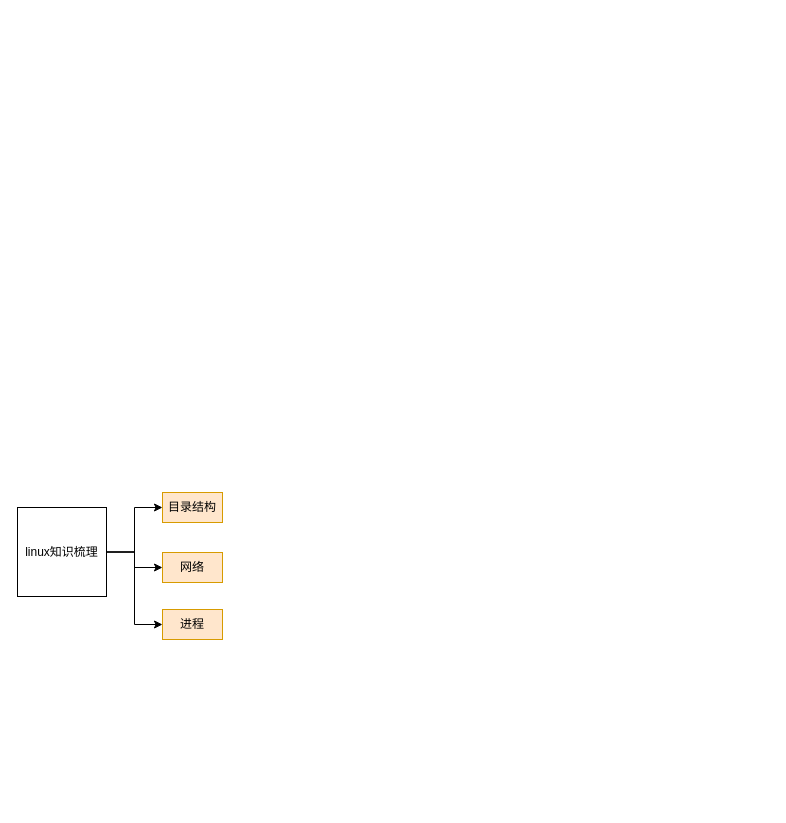
Earlier version of the draw.io diagram linux/linux.drawio (kangkangbs/draw). Source tidied: cells renumbered, new cells numbered last; positions are measured from the earlier drawing's top-left corner, leaving out a move shared by most shapes. Both pictures are drawn from the tidied source at 100%, with x=0, y=0 at pixel (17, 492).
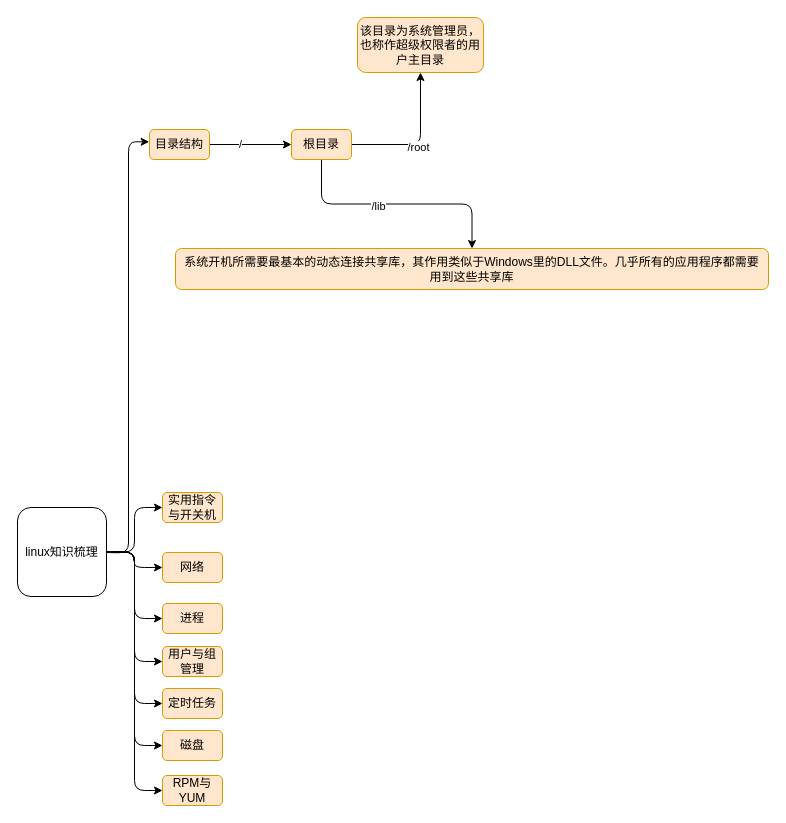
The same diagram, later.

The edit, as a diff of the source:
```diff
@@
-    <mxCell id="2" style="edgeStyle=orthogonalEdgeStyle;rounded=0;jettySize=auto;html=1;" parent="1" edge="1" source="5" target="6">
+    <mxCell id="2" style="edgeStyle=orthogonalEdgeStyle;rounded=1;jettySize=auto;html=1;" parent="1" edge="1" source="5" target="6">
       <mxGeometry relative="1" as="geometry" />
     </mxCell>
-    <mxCell id="3" style="edgeStyle=orthogonalEdgeStyle;rounded=0;jettySize=auto;html=1;" parent="1" edge="1" source="5" target="7">
+    <mxCell id="3" style="edgeStyle=orthogonalEdgeStyle;rounded=1;jettySize=auto;html=1;" parent="1" edge="1" source="5" target="7">
       <mxGeometry relative="1" as="geometry" />
     </mxCell>
-    <mxCell id="4" style="edgeStyle=orthogonalEdgeStyle;rounded=0;jettySize=auto;html=1;entryX=0;entryY=0.5;entryDx=0;entryDy=0;" parent="1" edge="1" source="5" target="8">
+    <mxCell id="4" style="edgeStyle=orthogonalEdgeStyle;rounded=1;jettySize=auto;html=1;entryX=0;entryY=0.5;entryDx=0;entryDy=0;" parent="1" edge="1" source="5" target="8">
       <mxGeometry relative="1" as="geometry" />
     </mxCell>
+    <mxCell id="9" style="edgeStyle=orthogonalEdgeStyle;rounded=1;jettySize=auto;html=1;entryX=0;entryY=0.5;entryDx=0;entryDy=0;" parent="1" edge="1" source="5" target="13">
+      <mxGeometry relative="1" as="geometry" />
+    </mxCell>
+    <mxCell id="10" style="edgeStyle=orthogonalEdgeStyle;rounded=1;jettySize=auto;html=1;entryX=0;entryY=0.5;entryDx=0;entryDy=0;" parent="1" edge="1" source="5" target="14">
+      <mxGeometry relative="1" as="geometry" />
+    </mxCell>
+    <mxCell id="11" style="edgeStyle=orthogonalEdgeStyle;rounded=1;jettySize=auto;html=1;entryX=0;entryY=0.5;entryDx=0;entryDy=0;" parent="1" edge="1" source="5" target="15">
+      <mxGeometry relative="1" as="geometry" />
+    </mxCell>
+    <mxCell id="12" style="edgeStyle=orthogonalEdgeStyle;rounded=1;jettySize=auto;html=1;entryX=0;entryY=0.5;entryDx=0;entryDy=0;" parent="1" edge="1" source="5" target="20">
+      <mxGeometry relative="1" as="geometry" />
+    </mxCell>
-    <mxCell id="5" value="linux知识梳理" style="whiteSpace=wrap;html=1;" parent="1" vertex="1">
+    <mxCell id="5" value="linux知识梳理" style="whiteSpace=wrap;html=1;rounded=1;" parent="1" vertex="1">
       <mxGeometry y="15" width="89" height="89" as="geometry" />
     </mxCell>
-    <mxCell id="6" value="目录结构" style="text;html=1;align=center;verticalAlign=middle;whiteSpace=wrap;rounded=0;fillColor=#ffe6cc;strokeColor=#d79b00;" parent="1" vertex="1">
+    <mxCell id="6" value="实用指令与开关机" style="text;html=1;align=center;verticalAlign=middle;whiteSpace=wrap;rounded=1;fillColor=#ffe6cc;strokeColor=#d79b00;" parent="1" vertex="1">
       <mxGeometry x="145" width="60" height="30" as="geometry" />
     </mxCell>
-    <mxCell id="7" value="网络" style="text;html=1;align=center;verticalAlign=middle;whiteSpace=wrap;rounded=0;fillColor=#ffe6cc;strokeColor=#d79b00;" parent="1" vertex="1">
+    <mxCell id="7" value="网络" style="text;html=1;align=center;verticalAlign=middle;whiteSpace=wrap;rounded=1;fillColor=#ffe6cc;strokeColor=#d79b00;" parent="1" vertex="1">
       <mxGeometry x="145" y="60" width="60" height="30" as="geometry" />
     </mxCell>
-    <mxCell id="8" value="进程" style="text;html=1;align=center;verticalAlign=middle;whiteSpace=wrap;rounded=0;fillColor=#ffe6cc;strokeColor=#d79b00;" parent="1" vertex="1">
-      <mxGeometry x="145" y="117" width="60" height="30" as="geometry" />
+    <mxCell id="8" value="进程" style="text;html=1;align=center;verticalAlign=middle;whiteSpace=wrap;rounded=1;fillColor=#ffe6cc;strokeColor=#d79b00;" parent="1" vertex="1">
+      <mxGeometry x="145" y="111" width="60" height="30" as="geometry" />
     </mxCell>
+    <mxCell id="13" value="用户与组管理" style="text;html=1;align=center;verticalAlign=middle;whiteSpace=wrap;rounded=1;fillColor=#ffe6cc;strokeColor=#d79b00;" parent="1" vertex="1">
+      <mxGeometry x="145" y="154" width="60" height="30" as="geometry" />
+    </mxCell>
+    <mxCell id="14" value="定时任务" style="text;html=1;align=center;verticalAlign=middle;whiteSpace=wrap;rounded=1;fillColor=#ffe6cc;strokeColor=#d79b00;" parent="1" vertex="1">
+      <mxGeometry x="145" y="196" width="60" height="30" as="geometry" />
+    </mxCell>
+    <mxCell id="15" value="磁盘" style="text;html=1;align=center;verticalAlign=middle;whiteSpace=wrap;rounded=1;fillColor=#ffe6cc;strokeColor=#d79b00;" parent="1" vertex="1">
+      <mxGeometry x="145" y="238" width="60" height="30" as="geometry" />
+    </mxCell>
+    <mxCell id="16" style="edgeStyle=orthogonalEdgeStyle;rounded=1;jettySize=auto;html=1;" parent="1" edge="1" source="18" target="25">
+      <mxGeometry relative="1" as="geometry" />
+    </mxCell>
+    <mxCell id="17" value="/" style="edgeLabel;html=1;align=center;verticalAlign=middle;rounded=1;" parent="16" vertex="1">
+      <mxGeometry x="-0.26" y="1" relative="1" as="geometry" />
+    </mxCell>
+    <mxCell id="18" value="目录结构" style="text;html=1;align=center;verticalAlign=middle;whiteSpace=wrap;rounded=1;fillColor=#ffe6cc;strokeColor=#d79b00;" parent="1" vertex="1">
+      <mxGeometry x="132" y="-363" width="60" height="30" as="geometry" />
+    </mxCell>
+    <mxCell id="19" style="edgeStyle=orthogonalEdgeStyle;rounded=1;jettySize=auto;html=1;entryX=-0.005;entryY=0.41;entryDx=0;entryDy=0;entryPerimeter=0;" parent="1" edge="1" target="18">
+      <mxGeometry relative="1" as="geometry">
+        <mxPoint x="89" y="60" as="sourcePoint" />
+      </mxGeometry>
+    </mxCell>
+    <mxCell id="20" value="RPM与YUM" style="text;html=1;align=center;verticalAlign=middle;whiteSpace=wrap;rounded=1;fillColor=#ffe6cc;strokeColor=#d79b00;" parent="1" vertex="1">
+      <mxGeometry x="145" y="283" width="60" height="30" as="geometry" />
+    </mxCell>
+    <mxCell id="21" style="edgeStyle=orthogonalEdgeStyle;rounded=1;jettySize=auto;html=1;" parent="1" edge="1" source="25" target="26">
+      <mxGeometry relative="1" as="geometry" />
+    </mxCell>
+    <mxCell id="22" value="/root" style="edgeLabel;html=1;align=center;verticalAlign=middle;rounded=1;" parent="21" vertex="1">
+      <mxGeometry x="-0.07" y="-2" relative="1" as="geometry" />
+    </mxCell>
+    <mxCell id="23" style="edgeStyle=orthogonalEdgeStyle;rounded=1;jettySize=auto;html=1;" parent="1" edge="1" source="25" target="27">
+      <mxGeometry relative="1" as="geometry" />
+    </mxCell>
+    <mxCell id="24" value="/lib" style="edgeLabel;html=1;align=center;verticalAlign=middle;rounded=1;" parent="23" vertex="1">
+      <mxGeometry x="-0.16" y="-2" relative="1" as="geometry" />
+    </mxCell>
+    <mxCell id="25" value="根目录" style="text;html=1;align=center;verticalAlign=middle;whiteSpace=wrap;rounded=1;fillColor=#ffe6cc;strokeColor=#d79b00;" parent="1" vertex="1">
+      <mxGeometry x="274" y="-363" width="60" height="30" as="geometry" />
+    </mxCell>
+    <mxCell id="26" value="该目录为系统管理员，也称作超级权限者的用户主目录" style="text;html=1;align=center;verticalAlign=middle;whiteSpace=wrap;rounded=1;fillColor=#ffe6cc;strokeColor=#d79b00;" parent="1" vertex="1">
+      <mxGeometry x="340" y="-475" width="126" height="55" as="geometry" />
+    </mxCell>
+    <mxCell id="27" value="系统开机所需要最基本的动态连接共享库，其作用类似于Windows里的DLL文件。几乎所有的应用程序都需要&lt;br/&gt;用到这些共享库" style="text;html=1;align=center;verticalAlign=middle;whiteSpace=wrap;rounded=1;fillColor=#ffe6cc;strokeColor=#d79b00;" parent="1" vertex="1">
+      <mxGeometry x="158" y="-244" width="593" height="41" as="geometry" />
+    </mxCell>
```
